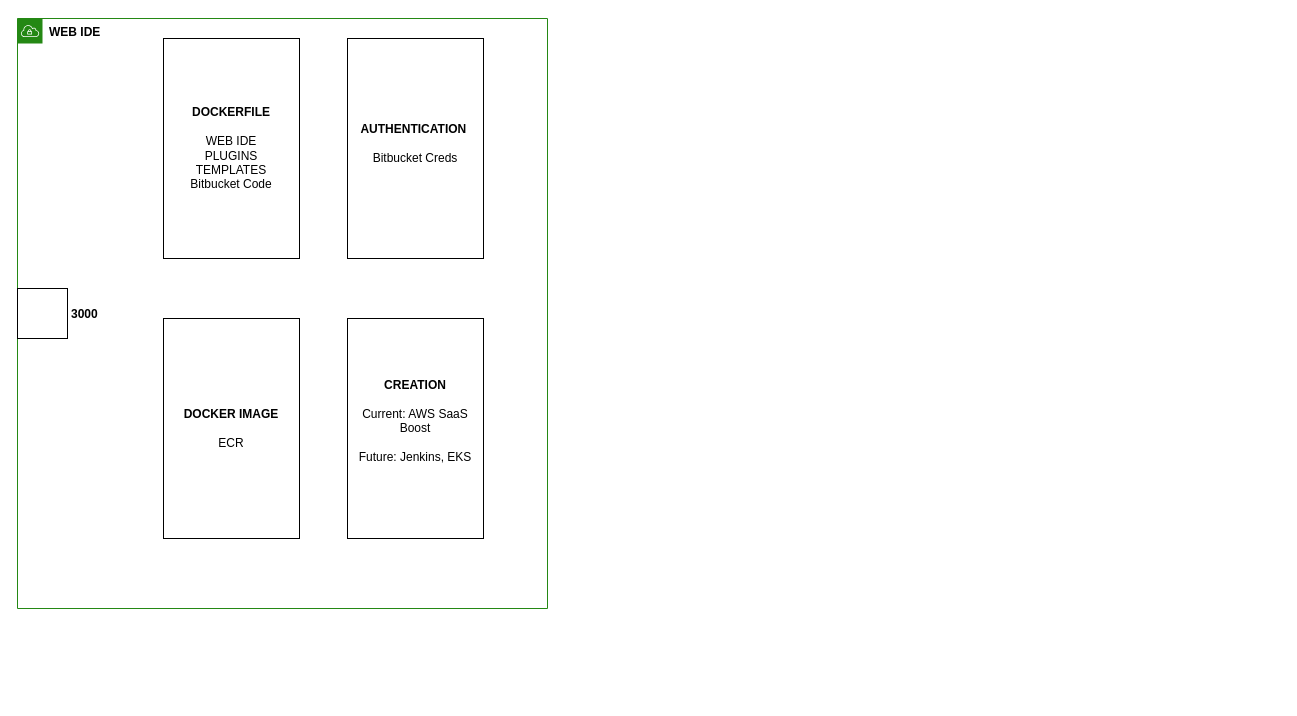
Earlier version of the draw.io diagram page "WEB IDE" (2 of 7) of Nimbal.drawio (haarsh31/architecture). Source tidied: cells renumbered, new cells numbered last; positions are measured from the earlier drawing's top-left corner, leaving out a move shared by most shapes. Both pictures are drawn from the tidied source at 100%, with x=0, y=0 at pixel (17, 18).
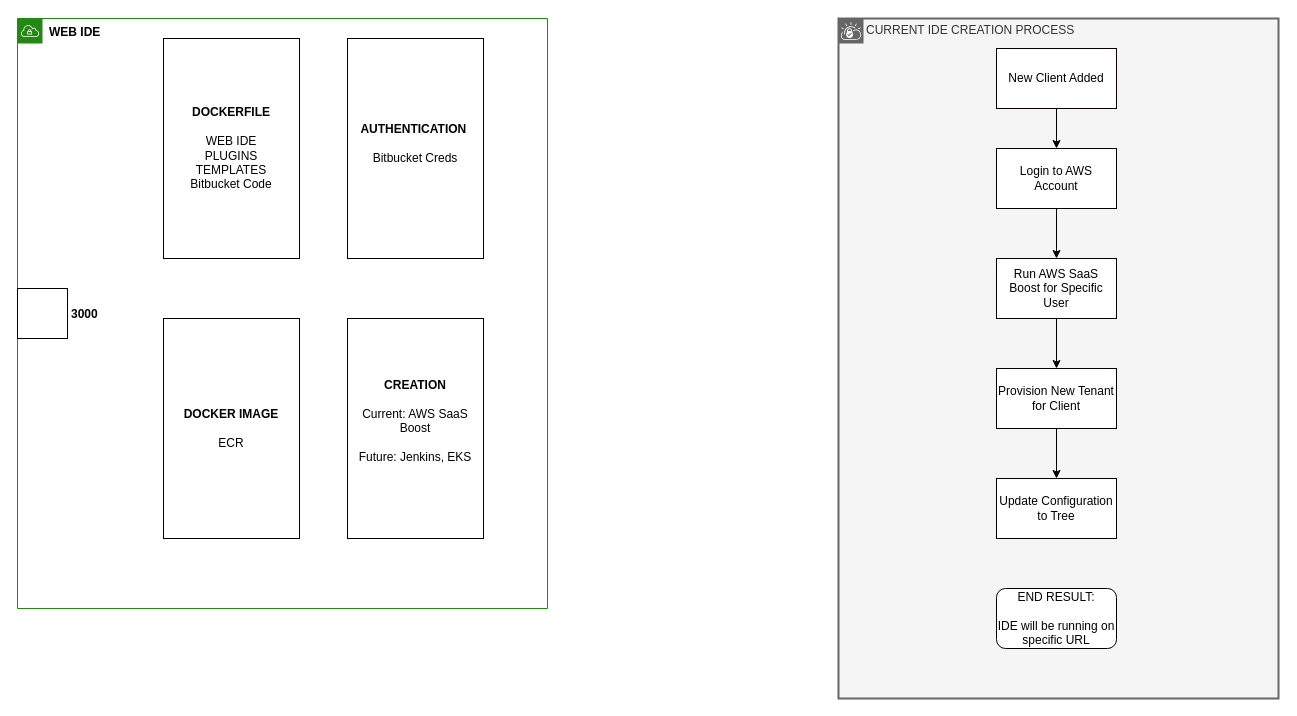
The same page after the edit.

The edit, as a diff of the source:
```diff
@@
+    <mxCell id="10" value="CURRENT IDE CREATION PROCESS" style="shape=mxgraph.ibm.box;prType=vpc;fontStyle=0;verticalAlign=top;align=left;spacingLeft=32;spacingTop=4;fillColor=#f5f5f5;rounded=0;whiteSpace=wrap;html=1;strokeColor=#666666;strokeWidth=2;dashed=0;spacing=-4;fontColor=#333333;" parent="1" vertex="1">
+      <mxGeometry x="821" width="440" height="680" as="geometry" />
+    </mxCell>
+    <mxCell id="11" style="edgeStyle=orthogonalEdgeStyle;rounded=0;jettySize=auto;html=1;" parent="10" edge="1" source="12" target="14">
+      <mxGeometry relative="1" as="geometry" />
+    </mxCell>
+    <mxCell id="12" value="New Client Added" style="rounded=0;whiteSpace=wrap;html=1;strokeColor=#080000;" parent="10" vertex="1">
+      <mxGeometry x="158" y="30" width="120" height="60" as="geometry" />
+    </mxCell>
+    <mxCell id="13" style="edgeStyle=orthogonalEdgeStyle;rounded=0;jettySize=auto;html=1;entryX=0.5;entryY=0;entryDx=0;entryDy=0;" parent="10" edge="1" source="14" target="16">
+      <mxGeometry relative="1" as="geometry" />
+    </mxCell>
+    <mxCell id="14" value="Login to AWS Account" style="whiteSpace=wrap;html=1;rounded=0;strokeColor=#050000;" parent="10" vertex="1">
+      <mxGeometry x="158" y="130" width="120" height="60" as="geometry" />
+    </mxCell>
+    <mxCell id="15" style="edgeStyle=orthogonalEdgeStyle;rounded=0;jettySize=auto;html=1;" parent="10" edge="1" source="16" target="18">
+      <mxGeometry relative="1" as="geometry" />
+    </mxCell>
+    <mxCell id="16" value="Run AWS SaaS Boost for Specific User" style="rounded=0;whiteSpace=wrap;html=1;strokeColor=#050000;" parent="10" vertex="1">
+      <mxGeometry x="158" y="240" width="120" height="60" as="geometry" />
+    </mxCell>
+    <mxCell id="17" style="edgeStyle=orthogonalEdgeStyle;rounded=0;jettySize=auto;html=1;" parent="10" edge="1" source="18" target="19">
+      <mxGeometry relative="1" as="geometry" />
+    </mxCell>
+    <mxCell id="18" value="Provision New Tenant for Client" style="rounded=0;whiteSpace=wrap;html=1;strokeColor=#050000;" parent="10" vertex="1">
+      <mxGeometry x="158" y="350" width="120" height="60" as="geometry" />
+    </mxCell>
+    <mxCell id="19" value="Update Configuration to Tree" style="rounded=0;whiteSpace=wrap;html=1;strokeColor=#050000;" parent="10" vertex="1">
+      <mxGeometry x="158" y="460" width="120" height="60" as="geometry" />
+    </mxCell>
+    <mxCell id="20" value="END RESULT:&lt;br&gt;&lt;br&gt;IDE will be running on specific URL" style="rounded=1;whiteSpace=wrap;html=1;strokeColor=#050000;" parent="10" vertex="1">
+      <mxGeometry x="158" y="570" width="120" height="60" as="geometry" />
+    </mxCell>
```
